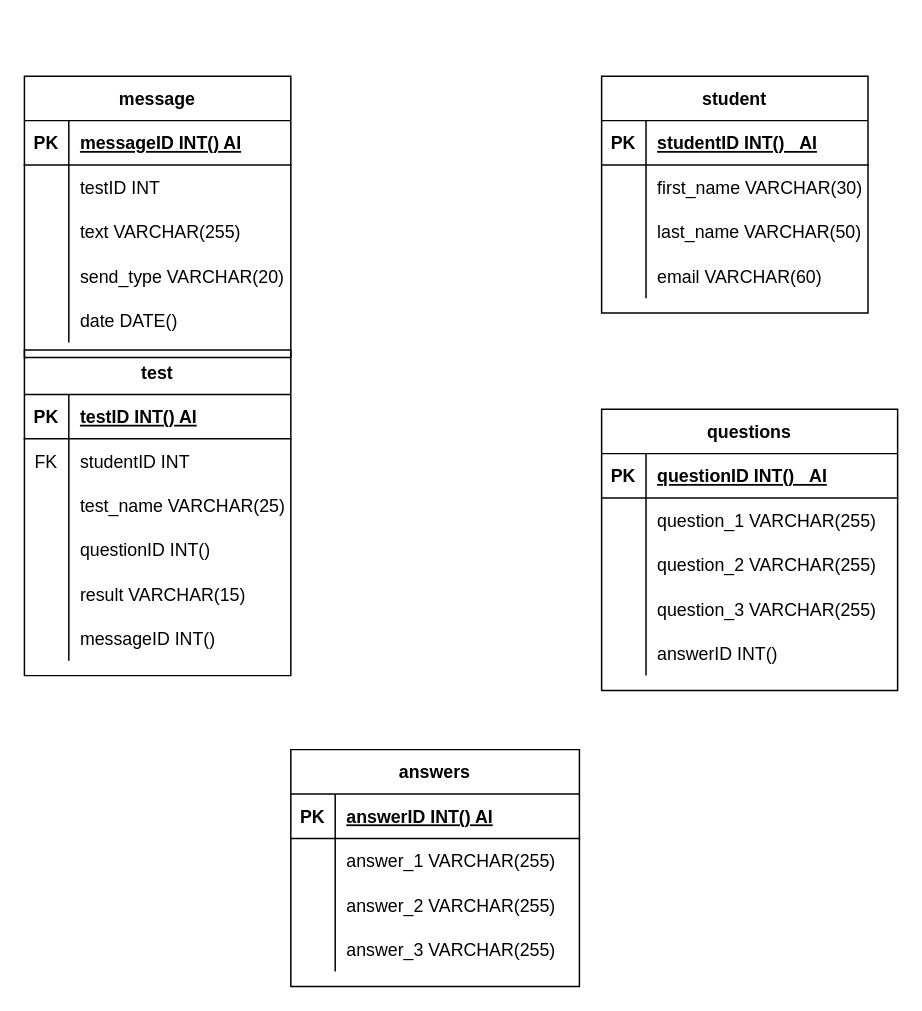
This is database/drawio/database.drawio from jotiaine/Fullstack_kehittaminen, a draw.io file, before an edit. Source tidied: cells renumbered, new cells numbered last; positions are measured from the earlier drawing's top-left corner, leaving out a move shared by most shapes. Both pictures are drawn from the tidied source at 148%, with x=0, y=0 at pixel (24, 75).
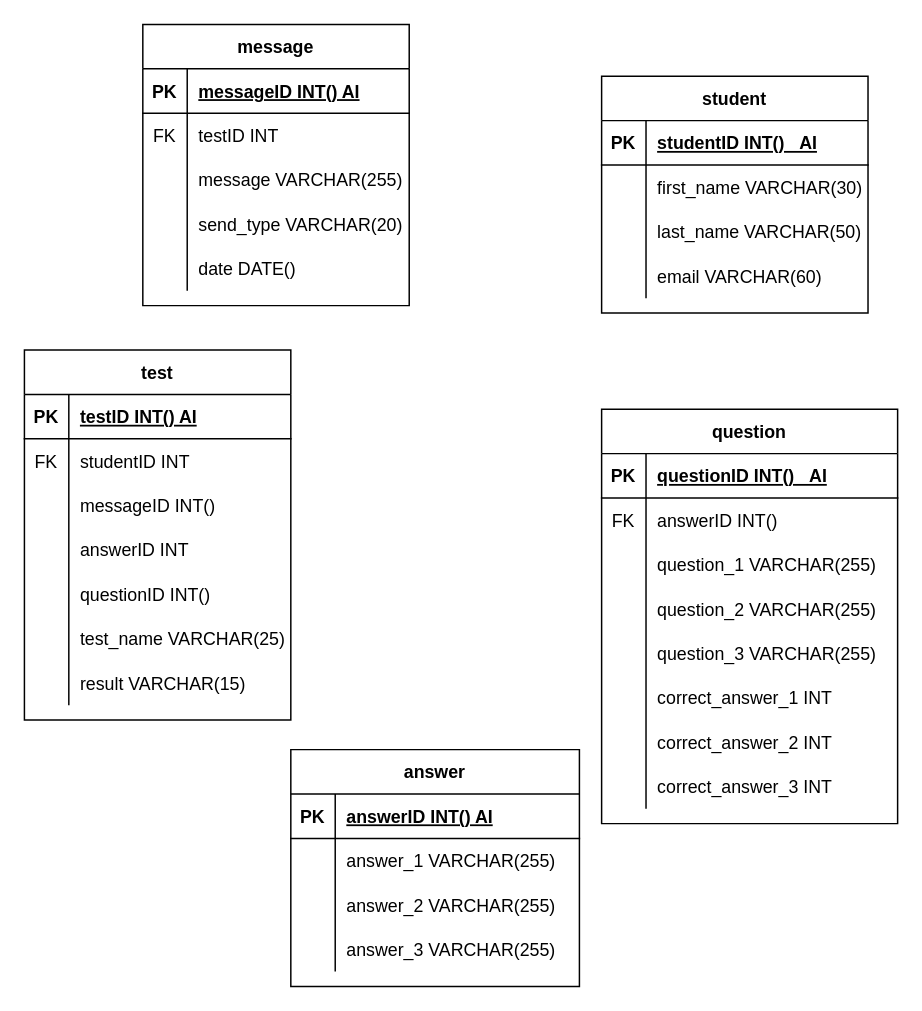
The same page after the edit.

Commit message (it also covers changes not shown here):
Added required attributes to inputs

The change refers to these unchanged cells:
```xml
<mxCell id="54" style="shape=partialRectangle;fillColor=none;top=0;left=0;bottom=0;right=0;" parent="50" vertex="1">
  <mxGeometry y="60" width="180" height="30" as="geometry" />
</mxCell>
<mxCell id="57" style="shape=partialRectangle;fillColor=none;top=0;left=0;bottom=0;right=0;" parent="50" vertex="1">
  <mxGeometry y="90" width="180" height="30" as="geometry" />
</mxCell>
```

Diff of the diagram source:
```diff
@@
-    <mxCell id="2" value="questions" style="shape=table;startSize=30;childLayout=tableLayout;rowLines=0;fontStyle=1;align=center;" parent="1" vertex="1">
-      <mxGeometry x="390" y="225" width="200" height="190" as="geometry" />
+    <mxCell id="2" value="question" style="shape=table;startSize=30;childLayout=tableLayout;rowLines=0;fontStyle=1;align=center;" parent="1" vertex="1">
+      <mxGeometry x="390" y="225" width="200" height="280" as="geometry" />
     </mxCell>
@@
+    <mxCell id="15" style="shape=partialRectangle;fillColor=none;top=0;left=0;bottom=0;right=0;" parent="2" vertex="1">
+      <mxGeometry y="60" width="200" height="30" as="geometry" />
+    </mxCell>
+    <mxCell id="16" value="FK" style="shape=partialRectangle;fillColor=none;top=0;left=0;bottom=0;right=0;overflow=hidden;" parent="15" vertex="1">
+      <mxGeometry width="30" height="30" as="geometry" />
+    </mxCell>
+    <mxCell id="17" value="answerID INT() " style="shape=partialRectangle;fillColor=none;top=0;left=0;bottom=0;right=0;align=left;spacingLeft=6;overflow=hidden;" parent="15" vertex="1">
+      <mxGeometry x="30" width="170" height="30" as="geometry" />
+    </mxCell>
     <mxCell id="6" style="shape=partialRectangle;fillColor=none;top=0;left=0;bottom=0;right=0;" parent="2" vertex="1">
-      <mxGeometry y="60" width="200" height="30" as="geometry" />
+      <mxGeometry y="90" width="200" height="30" as="geometry" />
     </mxCell>
@@
     <mxCell id="9" style="shape=partialRectangle;fillColor=none;top=0;left=0;bottom=0;right=0;" parent="2" vertex="1">
-      <mxGeometry y="90" width="200" height="30" as="geometry" />
+      <mxGeometry y="120" width="200" height="30" as="geometry" />
     </mxCell>
@@
     <mxCell id="12" style="shape=partialRectangle;fillColor=none;top=0;left=0;bottom=0;right=0;" parent="2" vertex="1">
-      <mxGeometry y="120" width="200" height="30" as="geometry" />
+      <mxGeometry y="150" width="200" height="30" as="geometry" />
     </mxCell>
@@
-    <mxCell id="15" style="shape=partialRectangle;fillColor=none;top=0;left=0;bottom=0;right=0;" parent="2" vertex="1">
-      <mxGeometry y="150" width="200" height="30" as="geometry" />
-    </mxCell>
-    <mxCell id="16" style="shape=partialRectangle;fillColor=none;top=0;left=0;bottom=0;right=0;overflow=hidden;" parent="15" vertex="1">
-      <mxGeometry width="30" height="30" as="geometry" />
-    </mxCell>
-    <mxCell id="17" value="answerID INT() " style="shape=partialRectangle;fillColor=none;top=0;left=0;bottom=0;right=0;align=left;spacingLeft=6;overflow=hidden;" parent="15" vertex="1">
-      <mxGeometry x="30" width="170" height="30" as="geometry" />
-    </mxCell>
+    <mxCell id="79" style="shape=partialRectangle;fillColor=none;top=0;left=0;bottom=0;right=0;" parent="2" vertex="1">
+      <mxGeometry y="180" width="200" height="30" as="geometry" />
+    </mxCell>
+    <mxCell id="80" style="shape=partialRectangle;fillColor=none;top=0;left=0;bottom=0;right=0;overflow=hidden;" parent="79" vertex="1">
+      <mxGeometry width="30" height="30" as="geometry" />
+    </mxCell>
+    <mxCell id="81" value="correct_answer_1 INT" style="shape=partialRectangle;fillColor=none;top=0;left=0;bottom=0;right=0;align=left;spacingLeft=6;overflow=hidden;" parent="79" vertex="1">
+      <mxGeometry x="30" width="170" height="30" as="geometry" />
+    </mxCell>
+    <mxCell id="82" style="shape=partialRectangle;fillColor=none;top=0;left=0;bottom=0;right=0;" parent="2" vertex="1">
+      <mxGeometry y="210" width="200" height="30" as="geometry" />
+    </mxCell>
+    <mxCell id="83" style="shape=partialRectangle;fillColor=none;top=0;left=0;bottom=0;right=0;overflow=hidden;" parent="82" vertex="1">
+      <mxGeometry width="30" height="30" as="geometry" />
+    </mxCell>
+    <mxCell id="84" value="correct_answer_2 INT" style="shape=partialRectangle;fillColor=none;top=0;left=0;bottom=0;right=0;align=left;spacingLeft=6;overflow=hidden;" parent="82" vertex="1">
+      <mxGeometry x="30" width="170" height="30" as="geometry" />
+    </mxCell>
+    <mxCell id="85" style="shape=partialRectangle;fillColor=none;top=0;left=0;bottom=0;right=0;" parent="2" vertex="1">
+      <mxGeometry y="240" width="200" height="30" as="geometry" />
+    </mxCell>
+    <mxCell id="86" style="shape=partialRectangle;fillColor=none;top=0;left=0;bottom=0;right=0;overflow=hidden;" parent="85" vertex="1">
+      <mxGeometry width="30" height="30" as="geometry" />
+    </mxCell>
+    <mxCell id="87" value="correct_answer_3 INT" style="shape=partialRectangle;fillColor=none;top=0;left=0;bottom=0;right=0;align=left;spacingLeft=6;overflow=hidden;" parent="85" vertex="1">
+      <mxGeometry x="30" width="170" height="30" as="geometry" />
+    </mxCell>
     <mxCell id="18" value="test" style="shape=table;startSize=30;childLayout=tableLayout;rowLines=0;fontStyle=1;align=center;" parent="1" vertex="1">
-      <mxGeometry y="185" width="180" height="220" as="geometry" />
+      <mxGeometry y="185" width="180" height="250" as="geometry" />
     </mxCell>
@@
+    <mxCell id="34" style="shape=partialRectangle;fillColor=none;top=0;left=0;bottom=0;right=0;" parent="18" vertex="1">
+      <mxGeometry y="90" width="180" height="30" as="geometry" />
+    </mxCell>
+    <mxCell id="35" style="shape=partialRectangle;fillColor=none;top=0;left=0;bottom=0;right=0;overflow=hidden;" parent="34" vertex="1">
+      <mxGeometry width="30" height="30" as="geometry" />
+    </mxCell>
+    <mxCell id="36" value="messageID INT()" style="shape=partialRectangle;fillColor=none;top=0;left=0;bottom=0;right=0;align=left;spacingLeft=6;overflow=hidden;" parent="34" vertex="1">
+      <mxGeometry x="30" width="150" height="30" as="geometry" />
+    </mxCell>
+    <mxCell id="88" style="shape=partialRectangle;fillColor=none;top=0;left=0;bottom=0;right=0;" parent="18" vertex="1">
+      <mxGeometry y="120" width="180" height="30" as="geometry" />
+    </mxCell>
+    <mxCell id="89" style="shape=partialRectangle;fillColor=none;top=0;left=0;bottom=0;right=0;overflow=hidden;" parent="88" vertex="1">
+      <mxGeometry width="30" height="30" as="geometry" />
+    </mxCell>
+    <mxCell id="90" value="answerID INT" style="shape=partialRectangle;fillColor=none;top=0;left=0;bottom=0;right=0;align=left;spacingLeft=6;overflow=hidden;" parent="88" vertex="1">
+      <mxGeometry x="30" width="150" height="30" as="geometry" />
+    </mxCell>
+    <mxCell id="28" style="shape=partialRectangle;fillColor=none;top=0;left=0;bottom=0;right=0;" parent="18" vertex="1">
+      <mxGeometry y="150" width="180" height="30" as="geometry" />
+    </mxCell>
+    <mxCell id="29" style="shape=partialRectangle;fillColor=none;top=0;left=0;bottom=0;right=0;overflow=hidden;" parent="28" vertex="1">
+      <mxGeometry width="30" height="30" as="geometry" />
+    </mxCell>
+    <mxCell id="30" value="questionID INT()" style="shape=partialRectangle;fillColor=none;top=0;left=0;bottom=0;right=0;align=left;spacingLeft=6;overflow=hidden;" parent="28" vertex="1">
+      <mxGeometry x="30" width="150" height="30" as="geometry" />
+    </mxCell>
     <mxCell id="25" style="shape=partialRectangle;fillColor=none;top=0;left=0;bottom=0;right=0;" parent="18" vertex="1">
-      <mxGeometry y="90" width="180" height="30" as="geometry" />
+      <mxGeometry y="180" width="180" height="30" as="geometry" />
     </mxCell>
@@
-    <mxCell id="28" style="shape=partialRectangle;fillColor=none;top=0;left=0;bottom=0;right=0;" parent="18" vertex="1">
-      <mxGeometry y="120" width="180" height="30" as="geometry" />
-    </mxCell>
-    <mxCell id="29" style="shape=partialRectangle;fillColor=none;top=0;left=0;bottom=0;right=0;overflow=hidden;" parent="28" vertex="1">
-      <mxGeometry width="30" height="30" as="geometry" />
-    </mxCell>
-    <mxCell id="30" value="questionID INT()" style="shape=partialRectangle;fillColor=none;top=0;left=0;bottom=0;right=0;align=left;spacingLeft=6;overflow=hidden;" parent="28" vertex="1">
-      <mxGeometry x="30" width="150" height="30" as="geometry" />
-    </mxCell>
     <mxCell id="31" style="shape=partialRectangle;fillColor=none;top=0;left=0;bottom=0;right=0;" parent="18" vertex="1">
-      <mxGeometry y="150" width="180" height="30" as="geometry" />
+      <mxGeometry y="210" width="180" height="30" as="geometry" />
     </mxCell>
@@
-    <mxCell id="34" style="shape=partialRectangle;fillColor=none;top=0;left=0;bottom=0;right=0;" parent="18" vertex="1">
-      <mxGeometry y="180" width="180" height="30" as="geometry" />
-    </mxCell>
-    <mxCell id="35" style="shape=partialRectangle;fillColor=none;top=0;left=0;bottom=0;right=0;overflow=hidden;" parent="34" vertex="1">
-      <mxGeometry width="30" height="30" as="geometry" />
-    </mxCell>
-    <mxCell id="36" value="messageID INT()" style="shape=partialRectangle;fillColor=none;top=0;left=0;bottom=0;right=0;align=left;spacingLeft=6;overflow=hidden;" parent="34" vertex="1">
-      <mxGeometry x="30" width="150" height="30" as="geometry" />
-    </mxCell>
-    <mxCell id="37" value="answers" style="shape=table;startSize=30;childLayout=tableLayout;rowLines=0;fontStyle=1;align=center;" parent="1" vertex="1">
+    <mxCell id="37" value="answer" style="shape=table;startSize=30;childLayout=tableLayout;rowLines=0;fontStyle=1;align=center;" parent="1" vertex="1">
       <mxGeometry x="180" y="455" width="195" height="160" as="geometry" />
     </mxCell>
@@
     <mxCell id="50" value="message" style="shape=table;startSize=30;childLayout=tableLayout;rowLines=0;fontStyle=1;align=center;" parent="1" vertex="1">
-      <mxGeometry width="180" height="190" as="geometry" />
+      <mxGeometry x="80" y="-35" width="180" height="190" as="geometry" />
     </mxCell>
@@
-    <mxCell id="55" style="shape=partialRectangle;fillColor=none;top=0;left=0;bottom=0;right=0;overflow=hidden;" parent="54" vertex="1">
+    <mxCell id="55" value="FK" style="shape=partialRectangle;fillColor=none;top=0;left=0;bottom=0;right=0;overflow=hidden;" parent="54" vertex="1">
       <mxGeometry width="30" height="30" as="geometry" />
     </mxCell>
@@
-    <mxCell id="59" value="text VARCHAR(255)" style="shape=partialRectangle;fillColor=none;top=0;left=0;bottom=0;right=0;align=left;spacingLeft=6;overflow=hidden;" parent="57" vertex="1">
+    <mxCell id="59" value="message VARCHAR(255)" style="shape=partialRectangle;fillColor=none;top=0;left=0;bottom=0;right=0;align=left;spacingLeft=6;overflow=hidden;" parent="57" vertex="1">
       <mxGeometry x="30" width="150" height="30" as="geometry" />
     </mxCell>
```
